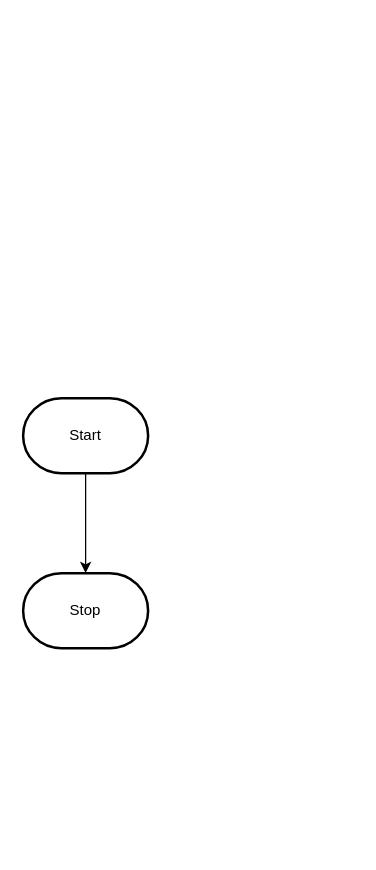
MTHS-ICS2O-2-2022/ICS2O-Unit-3-03-Olivia-Boyce-Richardson keeps this draw.io diagram as design/flowchart.drawio. Above is the earlier version. Source tidied: cells renumbered, new cells numbered last; positions are measured from the earlier drawing's top-left corner, leaving out a move shared by most shapes. Both pictures are drawn from the tidied source at 125%, with x=0, y=0 at pixel (22, 398).
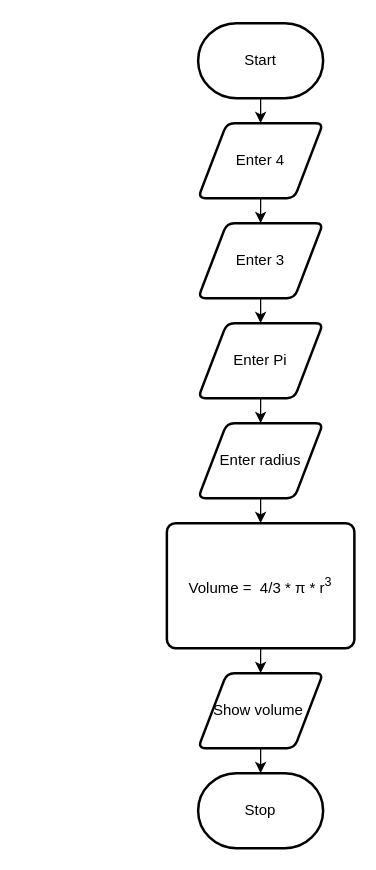
The same page after the edit.

Change to the diagram source:
```diff
@@
 <mxGraphModel>
   <root>
     <mxCell id="0" />
     <mxCell id="1" parent="0" />
-    <mxCell id="2" style="edgeStyle=orthogonalEdgeStyle;html=1;rounded=0;" parent="1" edge="1" source="3" target="4">
-      <mxGeometry relative="1" as="geometry" />
-    </mxCell>
+    <mxCell id="5" style="edgeStyle=none;html=1;" parent="1" edge="1" source="3" target="7">
+      <mxGeometry relative="1" as="geometry" />
+    </mxCell>
     <mxCell id="3" value="Start" style="strokeWidth=2;html=1;shape=mxgraph.flowchart.terminator;whiteSpace=wrap;" parent="1" vertex="1">
-      <mxGeometry width="100" height="60" as="geometry" />
+      <mxGeometry x="140" y="-300" width="100" height="60" as="geometry" />
     </mxCell>
     <mxCell id="4" value="Stop" style="strokeWidth=2;html=1;shape=mxgraph.flowchart.terminator;whiteSpace=wrap;" parent="1" vertex="1">
-      <mxGeometry y="140" width="100" height="60" as="geometry" />
+      <mxGeometry x="140" y="300" width="100" height="60" as="geometry" />
     </mxCell>
+    <mxCell id="6" style="edgeStyle=none;html=1;" parent="1" edge="1" source="7" target="9">
+      <mxGeometry relative="1" as="geometry" />
+    </mxCell>
+    <mxCell id="7" value="Enter 4" style="shape=parallelogram;html=1;strokeWidth=2;perimeter=parallelogramPerimeter;whiteSpace=wrap;rounded=1;arcSize=12;size=0.23;" parent="1" vertex="1">
+      <mxGeometry x="140" y="-220" width="100" height="60" as="geometry" />
+    </mxCell>
+    <mxCell id="8" style="edgeStyle=none;html=1;" parent="1" edge="1" source="9" target="11">
+      <mxGeometry relative="1" as="geometry" />
+    </mxCell>
+    <mxCell id="9" value="Enter 3" style="shape=parallelogram;html=1;strokeWidth=2;perimeter=parallelogramPerimeter;whiteSpace=wrap;rounded=1;arcSize=12;size=0.23;" parent="1" vertex="1">
+      <mxGeometry x="140" y="-140" width="100" height="60" as="geometry" />
+    </mxCell>
+    <mxCell id="10" style="edgeStyle=none;html=1;" parent="1" edge="1" source="11" target="13">
+      <mxGeometry relative="1" as="geometry" />
+    </mxCell>
+    <mxCell id="11" value="Enter Pi" style="shape=parallelogram;html=1;strokeWidth=2;perimeter=parallelogramPerimeter;whiteSpace=wrap;rounded=1;arcSize=12;size=0.23;" parent="1" vertex="1">
+      <mxGeometry x="140" y="-60" width="100" height="60" as="geometry" />
+    </mxCell>
+    <mxCell id="12" style="edgeStyle=none;html=1;" parent="1" edge="1" source="13" target="15">
+      <mxGeometry relative="1" as="geometry" />
+    </mxCell>
+    <mxCell id="13" value="Enter radius" style="shape=parallelogram;html=1;strokeWidth=2;perimeter=parallelogramPerimeter;whiteSpace=wrap;rounded=1;arcSize=12;size=0.23;" parent="1" vertex="1">
+      <mxGeometry x="140" y="20" width="100" height="60" as="geometry" />
+    </mxCell>
+    <mxCell id="14" style="edgeStyle=none;html=1;" parent="1" edge="1" source="15" target="17">
+      <mxGeometry relative="1" as="geometry" />
+    </mxCell>
+    <mxCell id="15" value="Volume =&amp;nbsp; 4/3 *&lt;span style=&quot;&quot;&gt;&#9;&lt;/span&gt;π * r&lt;sup&gt;3&lt;/sup&gt;" style="rounded=1;whiteSpace=wrap;html=1;absoluteArcSize=1;arcSize=14;strokeWidth=2;" parent="1" vertex="1">
+      <mxGeometry x="115" y="100" width="150" height="100" as="geometry" />
+    </mxCell>
+    <mxCell id="16" style="edgeStyle=none;html=1;" parent="1" edge="1" source="17" target="4">
+      <mxGeometry relative="1" as="geometry" />
+    </mxCell>
+    <mxCell id="17" value="Show volume&amp;nbsp;" style="shape=parallelogram;html=1;strokeWidth=2;perimeter=parallelogramPerimeter;whiteSpace=wrap;rounded=1;arcSize=12;size=0.23;" parent="1" vertex="1">
+      <mxGeometry x="140" y="220" width="100" height="60" as="geometry" />
+    </mxCell>
   </root>
 </mxGraphModel>
```
